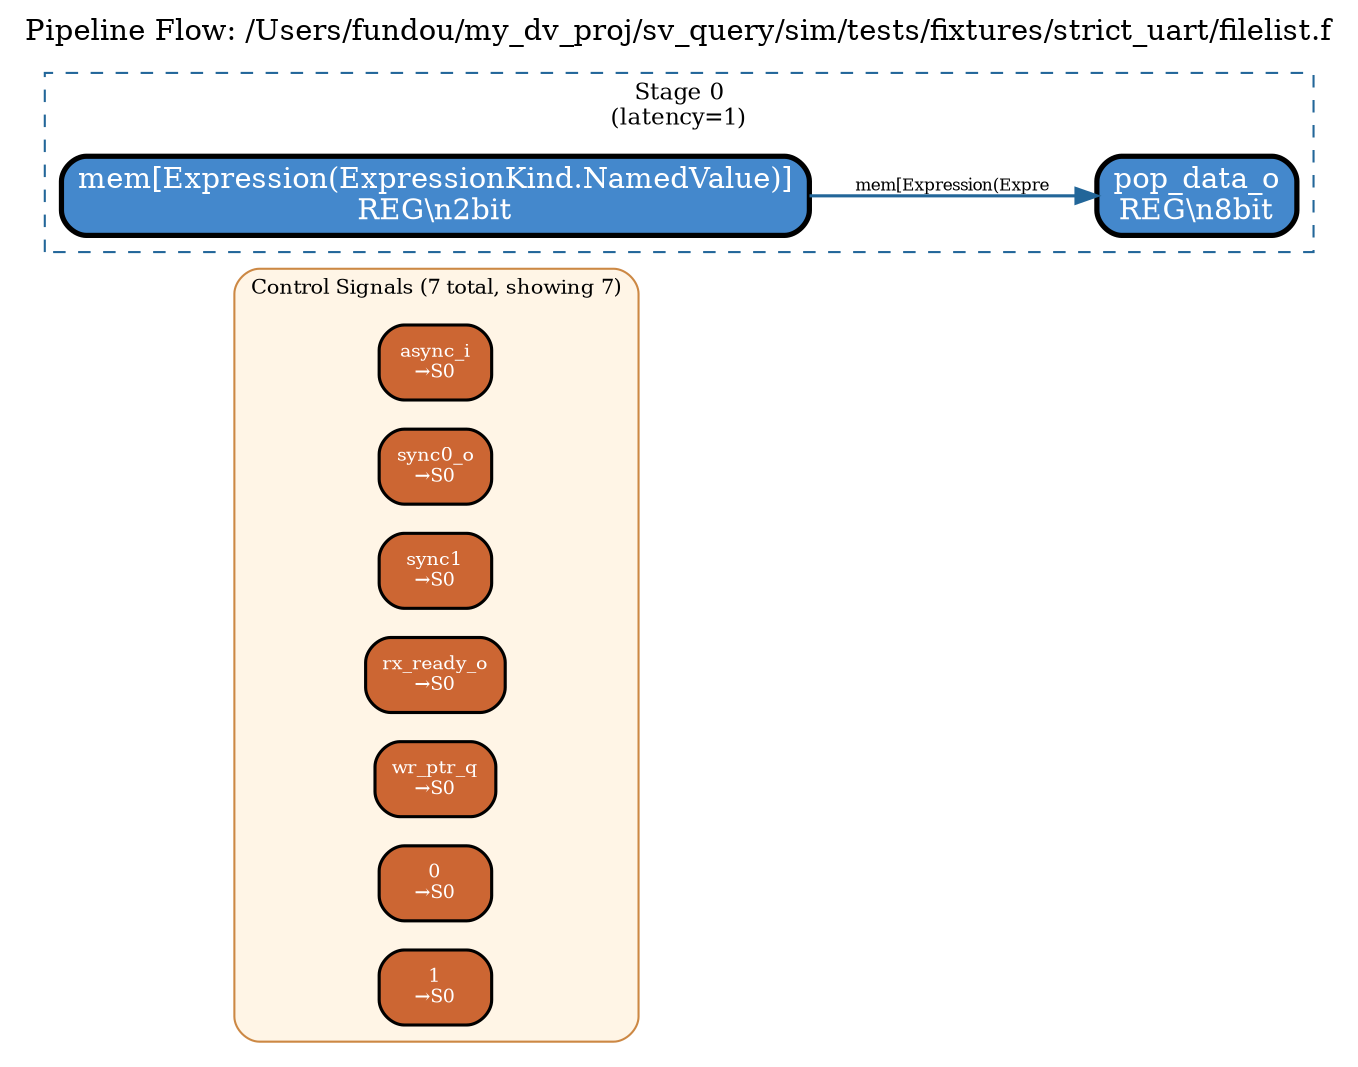
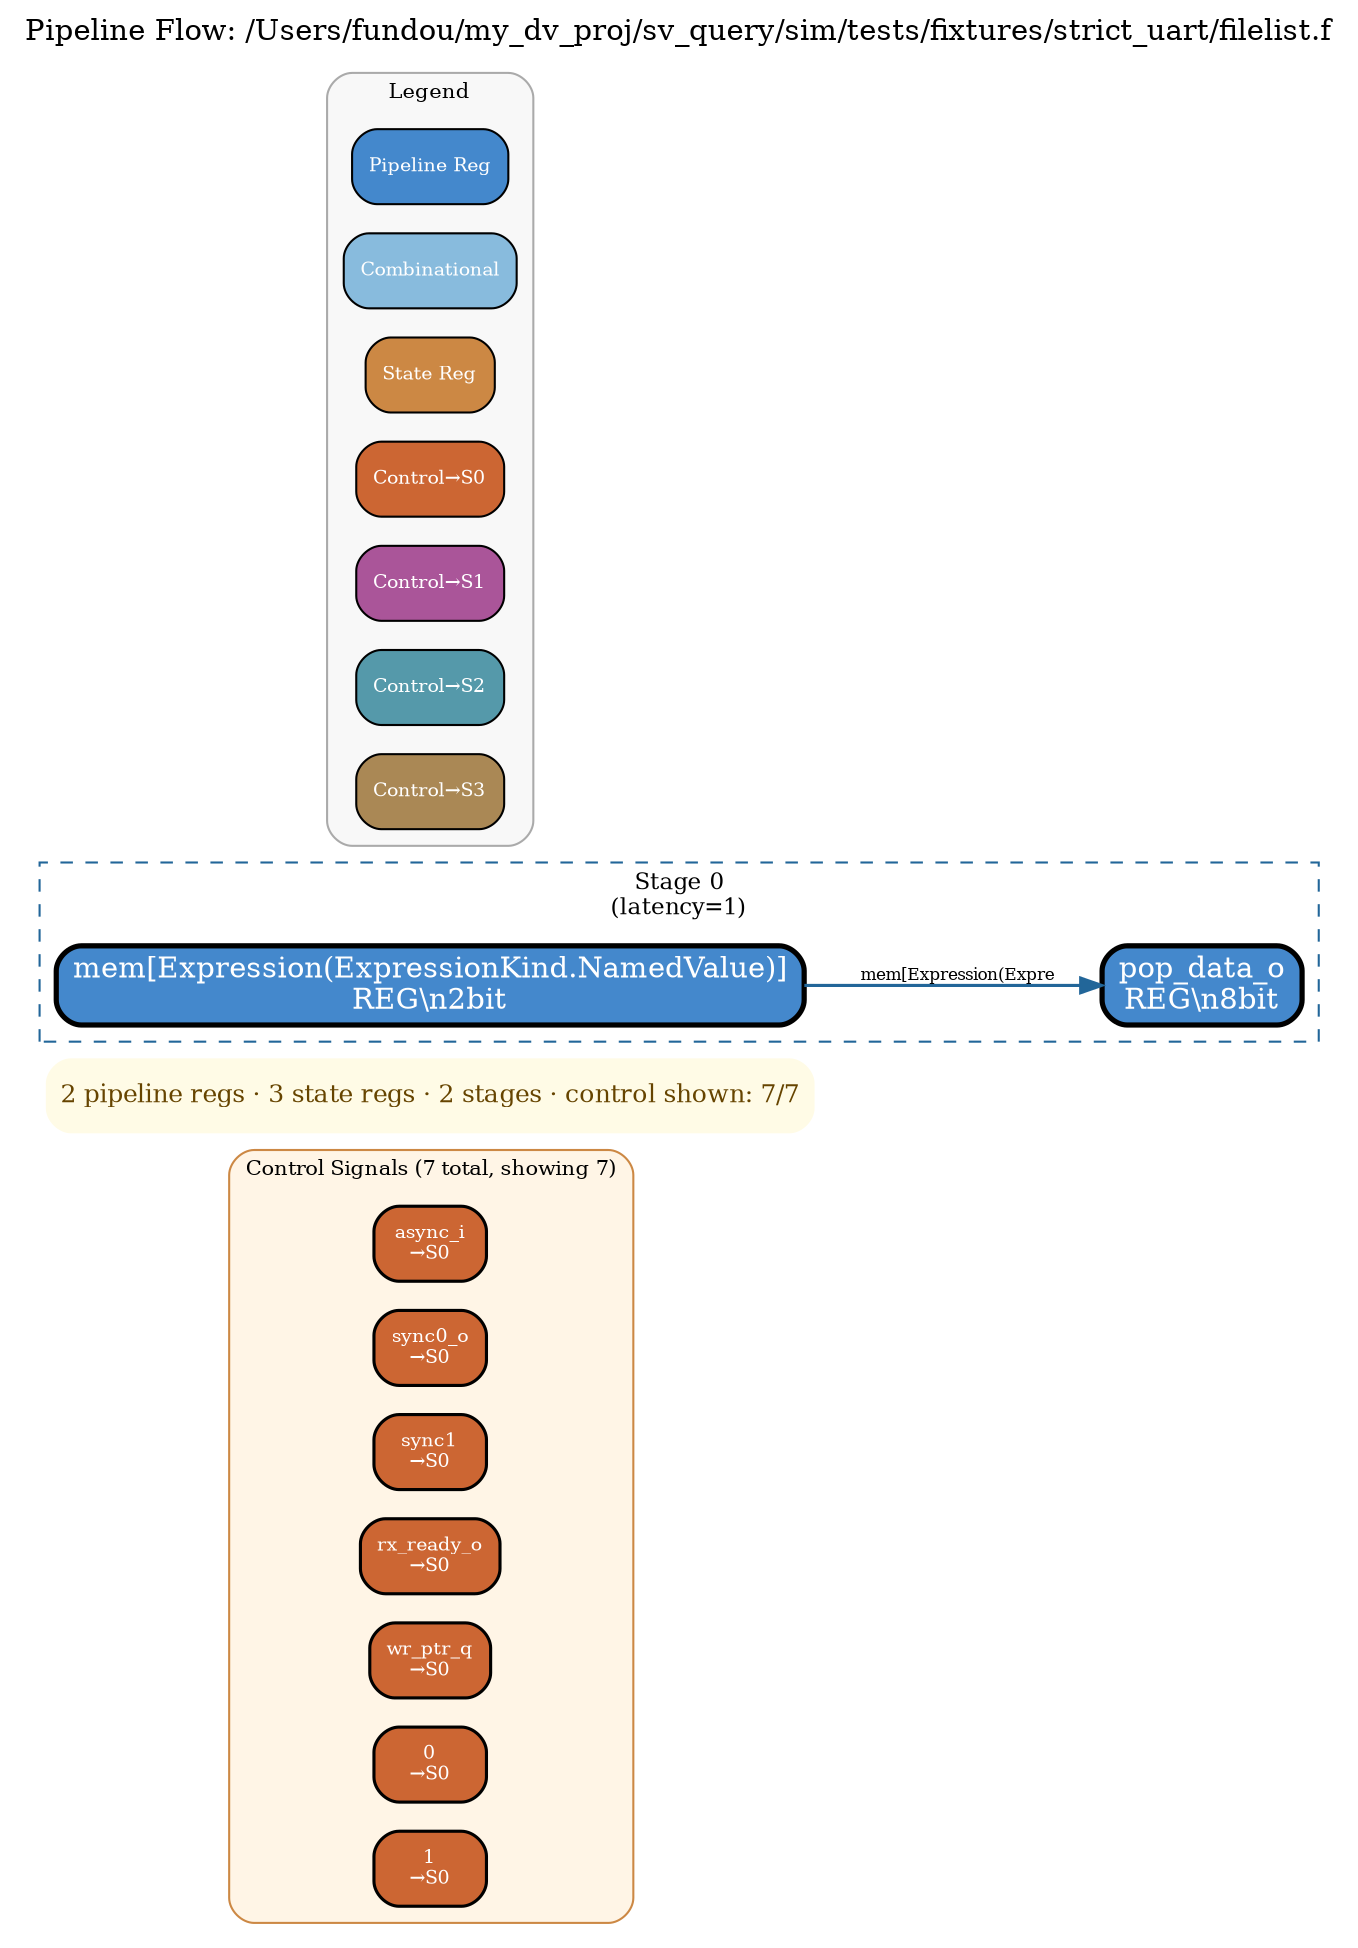
digraph pipeline {
  rankdir=LR;
  label="Pipeline Flow: /Users/fundou/my_dv_proj/sv_query/sim/tests/fixtures/strict_uart/filelist.f";
  labelloc=t;
  fontsize=14;
  ranksep=0.6;
  nodesep=0.2;
  splines=polyline;

  // 2 pipeline regs, 2 control regs
  // 3 state regs, 2 stages

  // === Control signals header row (top, color-coded by target stage) ===
  subgraph cluster_control_header {
    label="Control Signals (7 total, showing 7)";
    style="rounded,filled";
    fillcolor="#fff5e6";
    color="#cc8844";
    fontsize=10;
    rank=min;
    "synchronizer.async_i" [label="async_i\n→S0" shape=box style="rounded,filled" fillcolor="#cc6633" fontcolor="white" penwidth=1.5 fontsize=9];
    "synchronizer.sync0_o" [label="sync0_o\n→S0" shape=box style="rounded,filled" fillcolor="#cc6633" fontcolor="white" penwidth=1.5 fontsize=9];
    "synchronizer.sync1" [label="sync1\n→S0" shape=box style="rounded,filled" fillcolor="#cc6633" fontcolor="white" penwidth=1.5 fontsize=9];
    "uart_top.rx_ready_o" [label="rx_ready_o\n→S0" shape=box style="rounded,filled" fillcolor="#cc6633" fontcolor="white" penwidth=1.5 fontsize=9];
    "sync_fifo.wr_ptr_q" [label="wr_ptr_q\n→S0" shape=box style="rounded,filled" fillcolor="#cc6633" fontcolor="white" penwidth=1.5 fontsize=9];
    "0" [label="0\n→S0" shape=box style="rounded,filled" fillcolor="#cc6633" fontcolor="white" penwidth=1.5 fontsize=9];
    "1" [label="1\n→S0" shape=box style="rounded,filled" fillcolor="#cc6633" fontcolor="white" penwidth=1.5 fontsize=9];
  }

-   // TL;DR: 2 pipeline regs · 3 state regs · 2 stages · control shown: 7/7
+   // === TL;DR ===
+   TLDR [shape=plaintext, label="2 pipeline regs · 3 state regs · 2 stages · control shown: 7/7",
+         fontsize=12, fontcolor="#664400",
+         fillcolor="#fffbe6", style="rounded,filled",
+         margin=0.1];
  subgraph cluster_stage0 {
    label="Stage 0\n(latency=1)";
    style=dashed;
    color="#226699";
    fontsize=11;
    "sync_fifo.mem[Expression(ExpressionKind.NamedValue)]" [label="mem[Expression(ExpressionKind.NamedValue)]\nREG\\n2bit" shape=box style="rounded,filled" fillcolor="#4488cc" fontcolor="white" penwidth=2.5];
    "sync_fifo.pop_data_o" [label="pop_data_o\
8bit" shape=box style="rounded,filled" fillcolor="#88bbdd" fontcolor="white" penwidth=1];
  }

  subgraph cluster_stage1 {
    label="Stage 1\n(latency=1)";
    style=dashed;
    color="#226699";
    fontsize=11;
    "sync_fifo.pop_data_o" [label="pop_data_o\nREG\\n8bit" shape=box style="rounded,filled" fillcolor="#4488cc" fontcolor="white" penwidth=2.5];
  }

  // === Data edges (stage → stage) ===
  "sync_fifo.mem[Expression(ExpressionKind.NamedValue)]" -> "sync_fifo.pop_data_o" [color="#226699" penwidth=1.5 label="mem[Expression(Expre" fontsize=8];

  // === Control edges (dashed, color-matched to target stage) ===
+ 
+   // === Legend ===
+   subgraph cluster_legend {
+     label="Legend";
+     style="rounded,filled";
+     fillcolor="#f8f8f8";
+     color="#aaaaaa";
+     fontsize=10;
+     rank=sink;
+     "legend_pipeline_0" [label="Pipeline Reg" shape=box,style="filled,rounded" fillcolor="#4488cc" fontcolor="white" fontsize=9];
+     "legend_pipeline_1" [label="Combinational" shape=box,style="filled,rounded" fillcolor="#88bbdd" fontcolor="white" fontsize=9];
+     "legend_pipeline_2" [label="State Reg" shape=box,style="filled,rounded" fillcolor="#cc8844" fontcolor="white" fontsize=9];
+     "legend_pipeline_3" [label="Control→S0" shape=box,style="filled,rounded" fillcolor="#cc6633" fontcolor="white" fontsize=9];
+     "legend_pipeline_4" [label="Control→S1" shape=box,style="filled,rounded" fillcolor="#aa5599" fontcolor="white" fontsize=9];
+     "legend_pipeline_5" [label="Control→S2" shape=box,style="filled,rounded" fillcolor="#5599aa" fontcolor="white" fontsize=9];
+     "legend_pipeline_6" [label="Control→S3" shape=box,style="filled,rounded" fillcolor="#aa8855" fontcolor="white" fontsize=9];
+   }
}